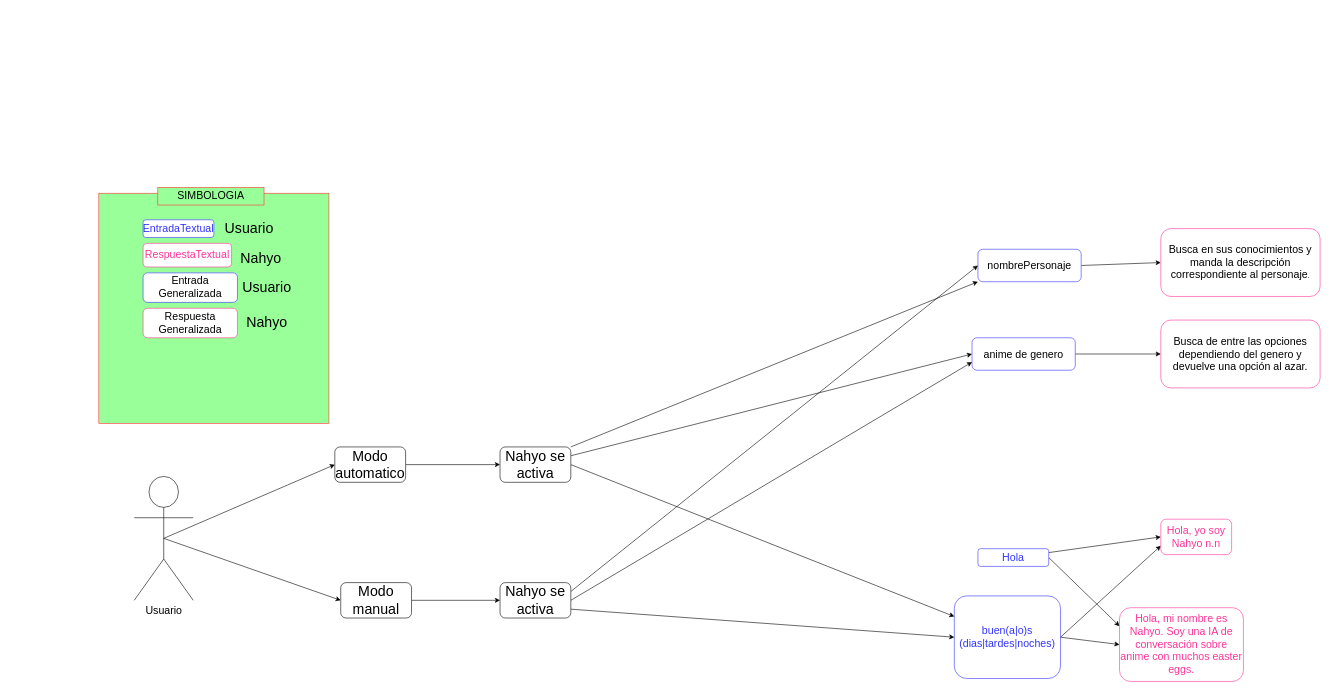
This is Diagrama/DiagramaGeneral.drawio from cynthializbeth/ChatBot, a draw.io file, before an edit. Source tidied: cells renumbered, new cells numbered last; positions are measured from the earlier drawing's top-left corner, leaving out a move shared by most shapes. Both pictures are drawn from the tidied source at 59%, with x=0, y=0 at pixel (99, 187).
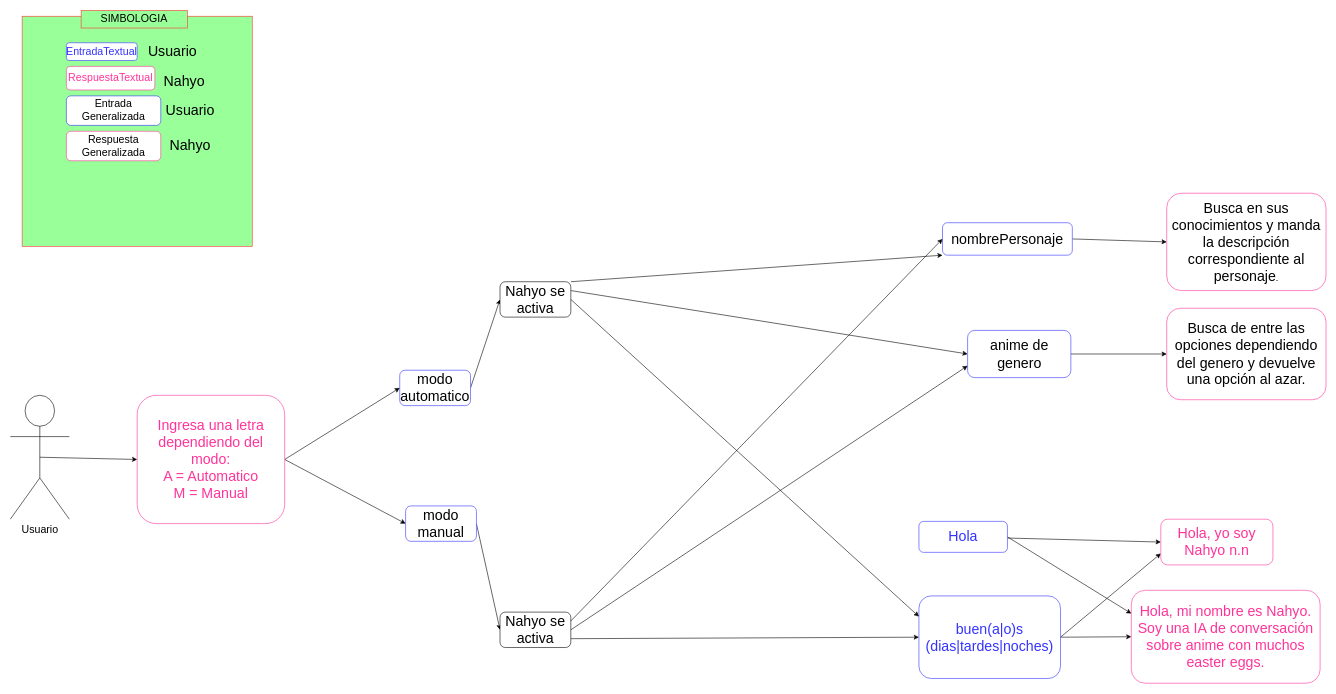
The same diagram, later.

Change to the diagram source:
```diff
@@
     <mxCell id="2" style="whiteSpace=wrap;html=1;labelBackgroundColor=none;fontSize=18;fontColor=#000000;strokeColor=#FF3333;fillColor=#99FF99;" parent="1" vertex="1">
-      <mxGeometry y="10" width="390" height="390" as="geometry" />
+      <mxGeometry x="-130" y="-290" width="390" height="390" as="geometry" />
     </mxCell>
@@
-    <mxCell id="5" value="&lt;div&gt;&lt;font style=&quot;font-size: 18px;&quot; color=&quot;#3333FF&quot;&gt;Hola&lt;/font&gt;&lt;/div&gt;" style="rounded=1;whiteSpace=wrap;html=1;strokeColor=#3333FF;" parent="1" vertex="1">
-      <mxGeometry x="1490" y="612.5" width="120" height="30" as="geometry" />
+    <mxCell id="5" value="&lt;div&gt;&lt;font style=&quot;font-size: 24px;&quot; color=&quot;#3333FF&quot;&gt;Hola&lt;/font&gt;&lt;/div&gt;" style="rounded=1;whiteSpace=wrap;html=1;strokeColor=#3333FF;" parent="1" vertex="1">
+      <mxGeometry x="1390" y="566.2" width="150" height="52.5" as="geometry" />
     </mxCell>
@@
-    <mxCell id="8" value="&lt;font style=&quot;font-size: 18px;&quot; color=&quot;#3333FF&quot;&gt;buen(a|o)s (dias|tardes|noches)&lt;/font&gt;" style="rounded=1;whiteSpace=wrap;html=1;strokeColor=#3333FF;" parent="1" vertex="1">
-      <mxGeometry x="1450" y="692.5" width="180" height="140" as="geometry" />
+    <mxCell id="8" value="&lt;font style=&quot;font-size: 24px;&quot; color=&quot;#3333FF&quot;&gt;buen(a|o)s (dias|tardes|noches)&lt;/font&gt;" style="rounded=1;whiteSpace=wrap;html=1;strokeColor=#3333FF;" parent="1" vertex="1">
+      <mxGeometry x="1390" y="692.5" width="240" height="140" as="geometry" />
     </mxCell>
-    <mxCell id="9" value="&lt;font style=&quot;font-size: 18px;&quot; color=&quot;#FF3399&quot;&gt;Hola, yo soy Nahyo n.n&lt;/font&gt;" style="rounded=1;whiteSpace=wrap;html=1;strokeColor=#FF3399;" parent="1" vertex="1">
-      <mxGeometry x="1800" y="562.5" width="120" height="60" as="geometry" />
+    <mxCell id="9" value="&lt;font style=&quot;font-size: 24px;&quot; color=&quot;#FF3399&quot;&gt;Hola, yo soy Nahyo n.n&lt;/font&gt;" style="rounded=1;whiteSpace=wrap;html=1;strokeColor=#FF3399;" parent="1" vertex="1">
+      <mxGeometry x="1800" y="562.5" width="190" height="77.5" as="geometry" />
     </mxCell>
-    <mxCell id="10" value="&lt;font style=&quot;font-size: 18px;&quot; color=&quot;#FF3399&quot;&gt;Hola, mi nombre es Nahyo. Soy una IA de conversación sobre anime con muchos easter eggs.&lt;/font&gt;" style="rounded=1;whiteSpace=wrap;html=1;strokeColor=#FF3399;" parent="1" vertex="1">
-      <mxGeometry x="1730" y="712.5" width="210" height="125" as="geometry" />
+    <mxCell id="10" value="&lt;font style=&quot;font-size: 24px;&quot; color=&quot;#FF3399&quot;&gt;Hola, mi nombre es Nahyo. Soy una IA de conversación sobre anime con muchos easter eggs.&lt;/font&gt;" style="rounded=1;whiteSpace=wrap;html=1;strokeColor=#FF3399;" parent="1" vertex="1">
+      <mxGeometry x="1750" y="683" width="320" height="157.5" as="geometry" />
     </mxCell>
     <mxCell id="11" value="&lt;font style=&quot;font-size: 18px;&quot; color=&quot;#3333FF&quot;&gt;EntradaTextual&lt;/font&gt; " style="rounded=1;whiteSpace=wrap;html=1;strokeColor=#3333FF;fillColor=#FFFFFF;" parent="1" vertex="1">
-      <mxGeometry x="75" y="55" width="120" height="30" as="geometry" />
+      <mxGeometry x="-55" y="-245" width="120" height="30" as="geometry" />
     </mxCell>
     <mxCell id="12" value="&lt;font style=&quot;font-size: 24px;&quot;&gt;Usuario&lt;/font&gt;" style="text;html=1;strokeColor=none;fillColor=none;align=center;verticalAlign=middle;whiteSpace=wrap;rounded=0;" parent="1" vertex="1">
-      <mxGeometry x="225" y="55" width="60" height="30" as="geometry" />
+      <mxGeometry x="95" y="-245" width="60" height="30" as="geometry" />
     </mxCell>
     <mxCell id="13" value="&lt;font style=&quot;font-size: 18px;&quot; color=&quot;#FF3399&quot;&gt;RespuestaTextual&lt;/font&gt;" style="rounded=1;whiteSpace=wrap;html=1;strokeColor=#FF3399;fillColor=#FFFFFF;" parent="1" vertex="1">
-      <mxGeometry x="75" y="95" width="150" height="40" as="geometry" />
+      <mxGeometry x="-55" y="-205" width="150" height="40" as="geometry" />
     </mxCell>
     <mxCell id="14" value="&lt;font style=&quot;font-size: 24px;&quot;&gt;Nahyo&lt;/font&gt;" style="text;html=1;strokeColor=none;fillColor=none;align=center;verticalAlign=middle;whiteSpace=wrap;rounded=0;" parent="1" vertex="1">
-      <mxGeometry x="245" y="105" width="60" height="30" as="geometry" />
+      <mxGeometry x="115" y="-195" width="60" height="30" as="geometry" />
     </mxCell>
     <mxCell id="15" value="&lt;font style=&quot;font-size: 18px;&quot;&gt;Entrada Generalizada&lt;/font&gt;" style="rounded=1;whiteSpace=wrap;html=1;strokeColor=#3333FF;fillColor=#FFFFFF;" parent="1" vertex="1">
-      <mxGeometry x="75" y="145" width="160" height="50" as="geometry" />
+      <mxGeometry x="-55" y="-155" width="160" height="50" as="geometry" />
     </mxCell>
     <mxCell id="16" value="&lt;font style=&quot;font-size: 18px;&quot;&gt;Respuesta Generalizada&lt;/font&gt;" style="rounded=1;whiteSpace=wrap;html=1;strokeColor=#FF3399;fillColor=#FFFFFF;" parent="1" vertex="1">
-      <mxGeometry x="75" y="205" width="160" height="50" as="geometry" />
+      <mxGeometry x="-55" y="-95" width="160" height="50" as="geometry" />
     </mxCell>
     <mxCell id="17" value="&lt;font style=&quot;font-size: 24px;&quot;&gt;Nahyo&lt;/font&gt;" style="text;html=1;strokeColor=none;fillColor=none;align=center;verticalAlign=middle;whiteSpace=wrap;rounded=0;" parent="1" vertex="1">
-      <mxGeometry x="255" y="215" width="60" height="30" as="geometry" />
+      <mxGeometry x="125" y="-85" width="60" height="30" as="geometry" />
     </mxCell>
     <mxCell id="18" value="SIMBOLOGIA" style="text;html=1;strokeColor=#FF3333;fillColor=#99FF99;align=center;verticalAlign=middle;whiteSpace=wrap;rounded=0;labelBackgroundColor=none;fontSize=18;fontColor=#000000;" parent="1" vertex="1">
-      <mxGeometry x="100" width="180" height="30" as="geometry" />
+      <mxGeometry x="-30" y="-300" width="180" height="30" as="geometry" />
     </mxCell>
@@
-    <mxCell id="20" value="&lt;font style=&quot;font-size: 18px;&quot;&gt;nombrePersonaje&lt;/font&gt;" style="rounded=1;whiteSpace=wrap;html=1;strokeColor=#3333FF;" parent="1" vertex="1">
-      <mxGeometry x="1490" y="105" width="175" height="55" as="geometry" />
+    <mxCell id="20" value="&lt;font style=&quot;font-size: 24px;&quot;&gt;nombrePersonaje&lt;/font&gt;" style="rounded=1;whiteSpace=wrap;html=1;strokeColor=#3333FF;" parent="1" vertex="1">
+      <mxGeometry x="1430" y="60" width="220" height="55" as="geometry" />
     </mxCell>
-    <mxCell id="21" value="&lt;div&gt;&lt;font style=&quot;font-size: 18px;&quot;&gt;Busca en sus conocimientos y manda la descripción correspondiente al personaje&lt;/font&gt;.&lt;/div&gt;" style="rounded=1;whiteSpace=wrap;html=1;strokeColor=#FF3399;" parent="1" vertex="1">
-      <mxGeometry x="1800" y="70" width="270" height="115" as="geometry" />
+    <mxCell id="21" value="&lt;div&gt;&lt;font style=&quot;font-size: 24px;&quot;&gt;Busca en sus conocimientos y manda la descripción correspondiente al personaje&lt;/font&gt;&lt;font size=&quot;3&quot;&gt;.&lt;/font&gt;&lt;/div&gt;" style="rounded=1;whiteSpace=wrap;html=1;strokeColor=#FF3399;" parent="1" vertex="1">
+      <mxGeometry x="1810" y="10" width="270" height="165" as="geometry" />
     </mxCell>
@@
-    <mxCell id="23" value="&lt;font style=&quot;font-size: 18px;&quot;&gt;anime de genero&lt;/font&gt;" style="rounded=1;whiteSpace=wrap;html=1;strokeColor=#3333FF;" parent="1" vertex="1">
-      <mxGeometry x="1480" y="255" width="175" height="55" as="geometry" />
+    <mxCell id="23" value="&lt;font style=&quot;font-size: 24px;&quot;&gt;anime de genero&lt;/font&gt;" style="rounded=1;whiteSpace=wrap;html=1;strokeColor=#3333FF;" parent="1" vertex="1">
+      <mxGeometry x="1472.5" y="242.5" width="175" height="80" as="geometry" />
     </mxCell>
-    <mxCell id="24" value="&lt;font style=&quot;font-size: 18px;&quot;&gt;Busca de entre las opciones dependiendo del genero y devuelve una opción al azar.&lt;/font&gt;" style="rounded=1;whiteSpace=wrap;html=1;strokeColor=#FF3399;" parent="1" vertex="1">
-      <mxGeometry x="1800" y="225" width="270" height="115" as="geometry" />
+    <mxCell id="24" value="&lt;font style=&quot;font-size: 24px;&quot;&gt;Busca de entre las opciones dependiendo del genero y devuelve una opción al azar.&lt;/font&gt;" style="rounded=1;whiteSpace=wrap;html=1;strokeColor=#FF3399;" parent="1" vertex="1">
+      <mxGeometry x="1810" y="205" width="270" height="155" as="geometry" />
     </mxCell>
-    <mxCell id="25" style="rounded=0;jettySize=auto;html=1;exitX=0.5;exitY=0.5;exitDx=0;exitDy=0;exitPerimeter=0;entryX=0;entryY=0.5;entryDx=0;entryDy=0;fontSize=24;" parent="1" edge="1" source="27" target="30">
-      <mxGeometry relative="1" as="geometry" />
-    </mxCell>
-    <mxCell id="26" style="rounded=0;jettySize=auto;html=1;exitX=0.5;exitY=0.5;exitDx=0;exitDy=0;exitPerimeter=0;entryX=0;entryY=0.5;entryDx=0;entryDy=0;fontSize=24;" parent="1" edge="1" source="27" target="32">
-      <mxGeometry relative="1" as="geometry" />
-    </mxCell>
+    <mxCell id="41" style="edgeStyle=none;rounded=0;jettySize=auto;html=1;exitX=0.5;exitY=0.5;exitDx=0;exitDy=0;exitPerimeter=0;fontSize=24;entryX=0;entryY=0.5;entryDx=0;entryDy=0;" parent="1" edge="1" source="27" target="44">
+      <mxGeometry relative="1" as="geometry" />
+    </mxCell>
     <mxCell id="27" value="Usuario" style="shape=umlActor;verticalLabelPosition=bottom;verticalAlign=top;html=1;outlineConnect=0;fontSize=18;" parent="1" vertex="1">
-      <mxGeometry x="60" y="490" width="100" height="210" as="geometry" />
+      <mxGeometry x="-150" y="352.5" width="100" height="210" as="geometry" />
     </mxCell>
     <mxCell id="28" value="&lt;font style=&quot;font-size: 24px;&quot;&gt;Usuario&lt;/font&gt;" style="text;html=1;strokeColor=none;fillColor=none;align=center;verticalAlign=middle;whiteSpace=wrap;rounded=0;" parent="1" vertex="1">
-      <mxGeometry x="255" y="155" width="60" height="30" as="geometry" />
+      <mxGeometry x="125" y="-145" width="60" height="30" as="geometry" />
     </mxCell>
@@
-    <mxCell id="30" value="Modo automatico" style="rounded=1;whiteSpace=wrap;html=1;fontSize=24;" parent="1" vertex="1">
-      <mxGeometry x="400" y="440" width="120" height="60" as="geometry" />
+    <mxCell id="30" value="modo automatico" style="rounded=1;whiteSpace=wrap;html=1;fontSize=24;strokeColor=#3333FF;" parent="1" vertex="1">
+      <mxGeometry x="510" y="310" width="120" height="60" as="geometry" />
     </mxCell>
@@
-    <mxCell id="32" value="Modo manual" style="rounded=1;whiteSpace=wrap;html=1;fontSize=24;" parent="1" vertex="1">
-      <mxGeometry x="410" y="670" width="120" height="60" as="geometry" />
+    <mxCell id="32" value="modo manual" style="rounded=1;whiteSpace=wrap;html=1;fontSize=24;strokeColor=#3333FF;" parent="1" vertex="1">
+      <mxGeometry x="520" y="540" width="120" height="60" as="geometry" />
     </mxCell>
@@
     <mxCell id="36" value="Nahyo se activa" style="rounded=1;whiteSpace=wrap;html=1;fontSize=24;" parent="1" vertex="1">
-      <mxGeometry x="680" y="440" width="120" height="60" as="geometry" />
+      <mxGeometry x="680" y="160" width="120" height="60" as="geometry" />
     </mxCell>
@@
     <mxCell id="40" value="Nahyo se activa" style="rounded=1;whiteSpace=wrap;html=1;fontSize=24;" parent="1" vertex="1">
-      <mxGeometry x="680" y="670" width="120" height="60" as="geometry" />
+      <mxGeometry x="680" y="720" width="120" height="60" as="geometry" />
     </mxCell>
+    <mxCell id="42" style="edgeStyle=none;rounded=0;jettySize=auto;html=1;exitX=1;exitY=0.5;exitDx=0;exitDy=0;entryX=0;entryY=0.5;entryDx=0;entryDy=0;fontSize=24;" parent="1" edge="1" source="44" target="30">
+      <mxGeometry relative="1" as="geometry" />
+    </mxCell>
+    <mxCell id="43" style="edgeStyle=none;rounded=0;jettySize=auto;html=1;exitX=1;exitY=0.5;exitDx=0;exitDy=0;entryX=0;entryY=0.5;entryDx=0;entryDy=0;fontSize=24;" parent="1" edge="1" source="44" target="32">
+      <mxGeometry relative="1" as="geometry" />
+    </mxCell>
+    <mxCell id="44" value="&lt;div&gt;&lt;font style=&quot;font-size: 24px;&quot; color=&quot;#FF3399&quot;&gt;Ingresa una letra dependiendo del modo:&lt;/font&gt;&lt;/div&gt;&lt;div&gt;&lt;font style=&quot;font-size: 24px;&quot; color=&quot;#FF3399&quot;&gt;A = Automatico&lt;/font&gt;&lt;/div&gt;&lt;div&gt;&lt;font style=&quot;font-size: 24px;&quot; color=&quot;#FF3399&quot;&gt;M = Manual&lt;/font&gt;&lt;font color=&quot;#FF3399&quot;&gt;&lt;br&gt;&lt;/font&gt;&lt;/div&gt;" style="rounded=1;whiteSpace=wrap;html=1;strokeColor=#FF3399;" parent="1" vertex="1">
+      <mxGeometry x="65" y="352.5" width="250" height="217.5" as="geometry" />
+    </mxCell>
```
